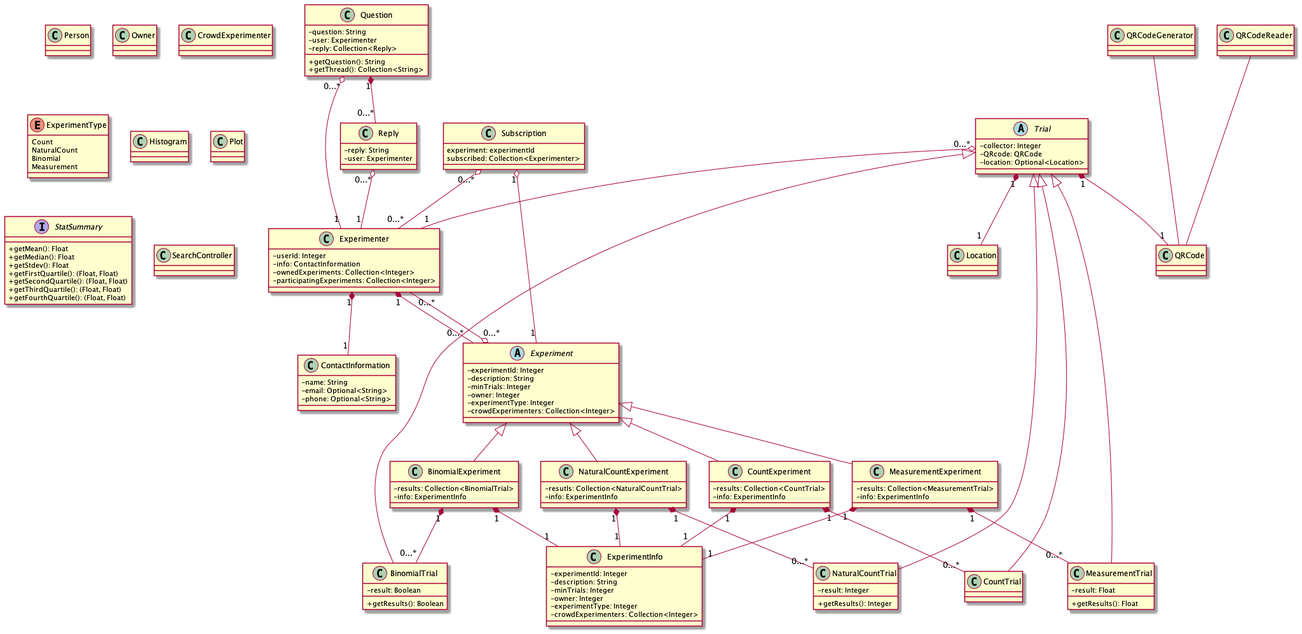
This is UML/UML.png from CMPUT301W21T03/Experiment-Automata, a PlantUML export, as it was before one commit.
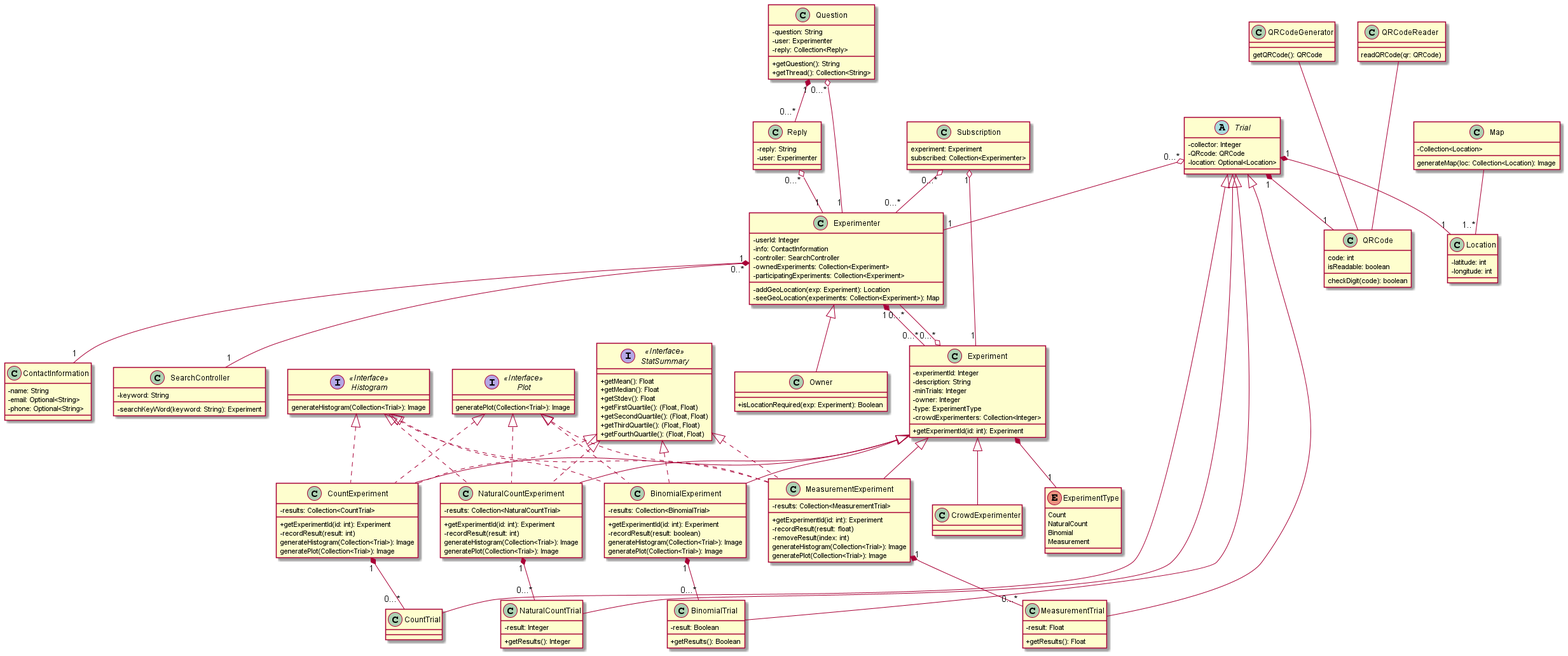
After the commit.

Commit message:
Updated UML diagram so everything is connected

Diff of the diagram source:
```diff
@@ -4,21 +4,23 @@
 class Experimenter {
     -userId: Integer
     -info: ContactInformation
-    -ownedExperiments: Collection<Integer>
-    -participatingExperiments: Collection<Integer>
+    -controller: SearchController
+    -ownedExperiments: Collection<Experiment>
+    -participatingExperiments: Collection<Experiment>
+    -addGeoLocation(exp: Experiment): Location
+    -seeGeoLocation(experiments: Collection<Experiment>): Map
 }
 
-class Person {
+
+class Owner extends Experimenter {
+  +isLocationRequired(exp: Experiment): Boolean
 }
 
-class Owner {
-}
-
-class CrowdExperimenter {
+class CrowdExperimenter extends Experiment {
 }
 
 class Subscription {
-    experiment: experimentId
+    experiment: Experiment
     subscribed: Collection<Experimenter>
 }
 
@@ -42,42 +44,49 @@
     Measurement
 }
 
-abstract class Experiment {
+class Experiment {
     -experimentId: Integer
     -description: String
     -minTrials: Integer
     -owner: Integer
-    -experimentType: Integer
+    -type: ExperimentType
     -crowdExperimenters: Collection<Integer>
+    +getExperimentId(id: int): Experiment
 }
 
-class ExperimentInfo {
-    -experimentId: Integer
-    -description: String
-    -minTrials: Integer
-    -owner: Integer
-    -experimentType: Integer
-    -crowdExperimenters: Collection<Integer>
-}
+
 
 class CountExperiment extends Experiment {
     -results: Collection<CountTrial>
-    -info: ExperimentInfo
+    +getExperimentId(id: int): Experiment
+    -recordResult(result: int)
+    generateHistogram(Collection<Trial>): Image
+    generatePlot(Collection<Trial>): Image
 }
 
 class NaturalCountExperiment extends Experiment {
-    -resutls: Collection<NaturalCountTrial>
-    -info: ExperimentInfo
+    -results: Collection<NaturalCountTrial>
+    +getExperimentId(id: int): Experiment
+    -recordResult(result: int)
+    generateHistogram(Collection<Trial>): Image
+    generatePlot(Collection<Trial>): Image
 }
 
 class BinomialExperiment extends Experiment {
     -results: Collection<BinomialTrial>
-    -info: ExperimentInfo
+    +getExperimentId(id: int): Experiment
+    -recordResult(result: boolean)
+    generateHistogram(Collection<Trial>): Image
+    generatePlot(Collection<Trial>): Image
 }
 
 class MeasurementExperiment extends Experiment {
     -results: Collection<MeasurementTrial>
-    -info: ExperimentInfo
+    +getExperimentId(id: int): Experiment
+    -recordResult(result: float)
+    -removeResult(index: int)
+    generateHistogram(Collection<Trial>): Image
+    generatePlot(Collection<Trial>): Image
 }
 
 abstract class Trial {
@@ -105,25 +114,40 @@
 }
 
 class QRCodeGenerator {
+    getQRCode(): QRCode
 }
 
 class QRCodeReader {
+    readQRCode(qr: QRCode)
 }
 
 class QRCode {
+    code: int
+    isReadable: boolean
+    checkDigit(code): boolean
 }
 
 class Location {
+  -latitude: int
+  -longitude: int
 }
 
-class Histogram {
+class Map{
+ -Collection<Location>
+ generateMap(loc: Collection<Location): Image
 }
 
-class Plot {
+Map -- "1..*" Location
 
+interface "Histogram" as Histogram << Interface >> {
+  generateHistogram(Collection<Trial>): Image
 }
 
-Interface StatSummary {
+interface "Plot" as Plot <<Interface>> {
+  generatePlot(Collection<Trial>): Image
+}
+
+Interface "StatSummary" as StatSummary <<Interface>> {
     +getMean(): Float
     +getMedian(): Float
     +getStdev(): Float
@@ -140,6 +164,8 @@
 }
 
 class SearchController {
+    -keyword: String
+    -searchKeyWord(keyword: String): Experiment
 }
 
 Experimenter "1" *-- "1" ContactInformation
@@ -156,16 +182,13 @@
 Experiment "0...*" o-- "0...*" Experimenter
 
 CountExperiment "1" *-- "0...*" CountTrial
-CountExperiment "1" *-- "1" ExperimentInfo
+
 
 NaturalCountExperiment "1" *-- "0...*" NaturalCountTrial
-NaturalCountExperiment "1" *-- "1" ExperimentInfo
 
 BinomialExperiment "1" *-- "0...*" BinomialTrial
-BinomialExperiment "1" *-- "1" ExperimentInfo
 
 MeasurementExperiment "1" *-- "0...*" MeasurementTrial
-MeasurementExperiment "1" *-- "1" ExperimentInfo
 
 Trial "0...*" o-- "1" Experimenter
 Trial "1" *-- "1" QRCode
@@ -174,5 +197,25 @@
 QRCodeGenerator --- QRCode
 QRCodeReader --- QRCode
 
+Experiment *-- "1" ExperimentType
+
+class MeasurementExperiment implements StatSummary
+class BinomialExperiment implements StatSummary
+class NaturalCountExperiment implements StatSummary
+class CountExperiment implements StatSummary
+
+class MeasurementExperiment implements Histogram
+class BinomialExperiment implements Histogram
+class NaturalCountExperiment implements Histogram
+class CountExperiment implements Histogram
+
+class MeasurementExperiment implements Plot
+class BinomialExperiment implements Plot
+class NaturalCountExperiment implements Plot
+class CountExperiment implements Plot
+
+
+Experimenter "0..*" -- "1" SearchController
+
 
 @enduml
```
